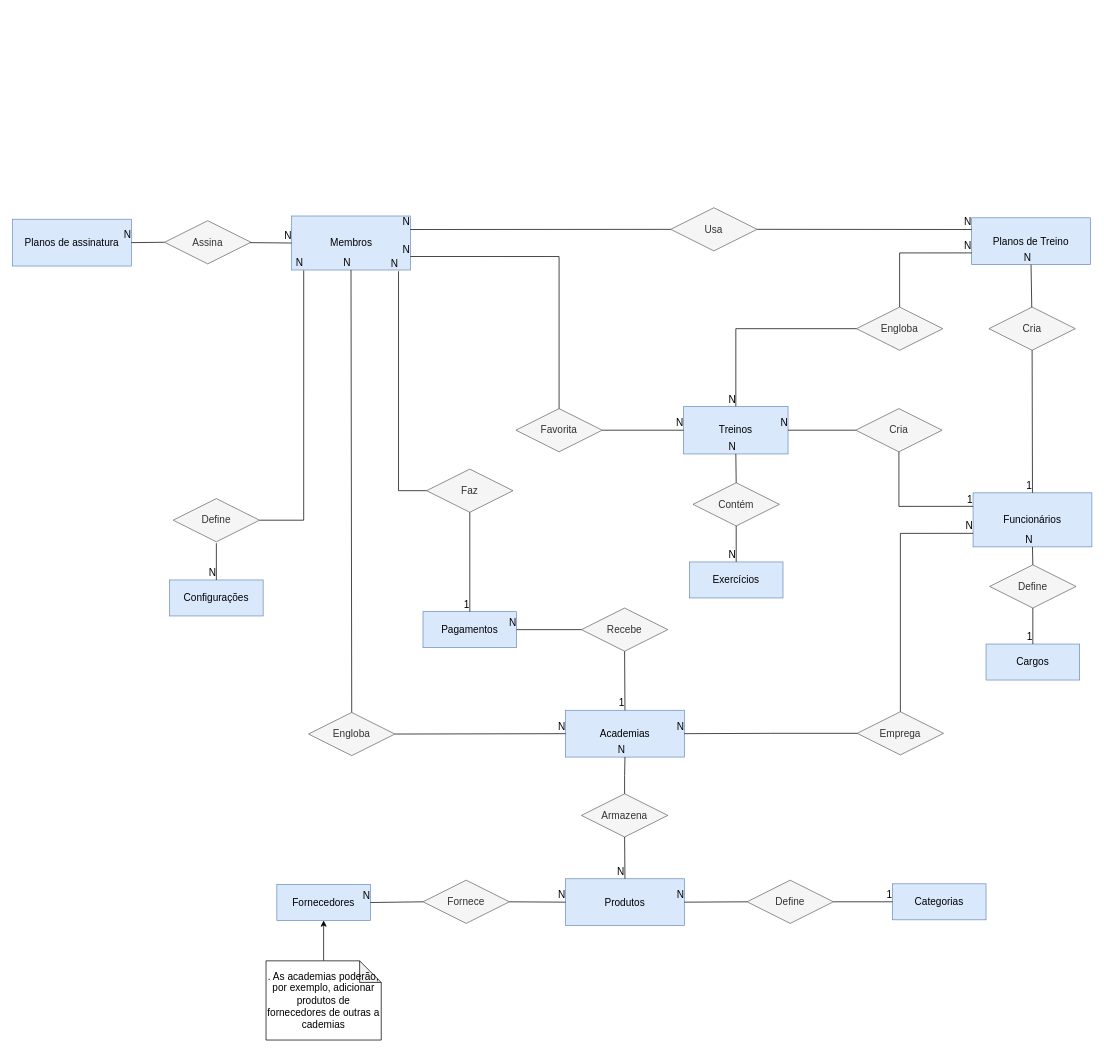
Earlier version of the draw.io diagram DER/der-draw-io.drawio (trainya-app/diagrams). Source tidied: cells renumbered, new cells numbered last; positions are measured from the earlier drawing's top-left corner, leaving out a move shared by most shapes. Both pictures are drawn from the tidied source at 72%, with x=0, y=0 at pixel (12, 207).
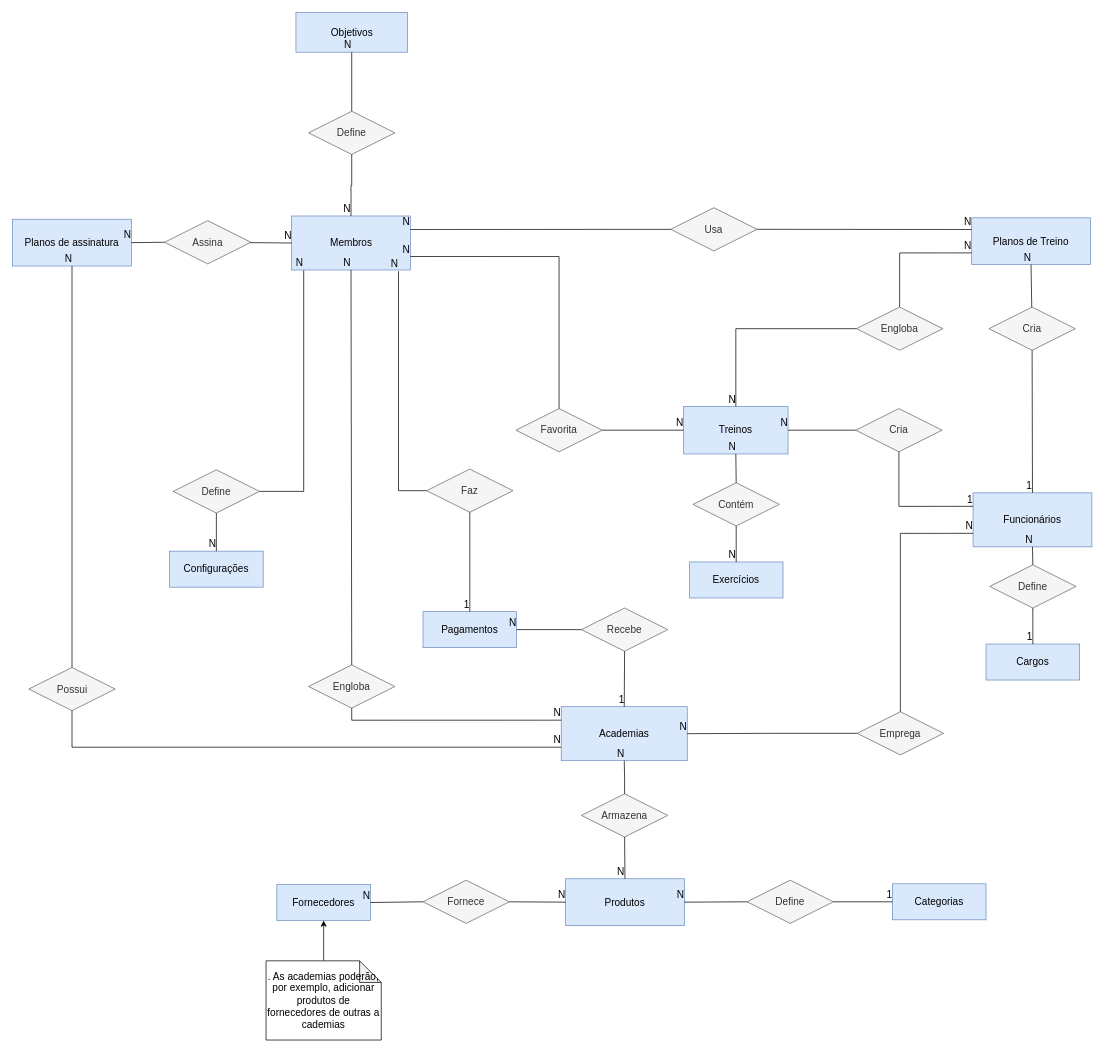
Above is the later version.

Unchanged cells that the change refers to:
```xml
<mxCell id="2" value="Membros" style="whiteSpace=wrap;html=1;align=center;fillColor=#dae8fc;strokeColor=#6c8ebf;fontSize=14;" parent="1" vertex="1">
  <mxGeometry x="387.5" y="11.5" width="165" height="75" as="geometry" />
</mxCell>
<mxCell id="7" value="Planos de assinatura" style="whiteSpace=wrap;html=1;align=center;fillColor=#dae8fc;strokeColor=#6c8ebf;fontSize=14;" parent="1" vertex="1">
  <mxGeometry y="16" width="165" height="65" as="geometry" />
</mxCell>
```

Change to the diagram source:
```diff
@@
     <mxCell id="3" value="Academias" style="whiteSpace=wrap;html=1;align=center;fillColor=#dae8fc;strokeColor=#6c8ebf;fontSize=14;" parent="1" vertex="1">
-      <mxGeometry x="768" y="698" width="165" height="65" as="geometry" />
+      <mxGeometry x="762" y="693" width="175" height="75" as="geometry" />
     </mxCell>
@@
     <mxCell id="52" value="Configurações" style="whiteSpace=wrap;html=1;align=center;fillColor=#dae8fc;strokeColor=#6c8ebf;fontSize=14;" parent="1" vertex="1">
-      <mxGeometry x="218" y="517" width="130" height="50" as="geometry" />
+      <mxGeometry x="218" y="477" width="130" height="50" as="geometry" />
     </mxCell>
@@
     <mxCell id="54" value="Define" style="shape=rhombus;perimeter=rhombusPerimeter;whiteSpace=wrap;html=1;align=center;fillColor=#f5f5f5;strokeColor=#666666;fontColor=#333333;fontSize=14;" parent="1" vertex="1">
-      <mxGeometry x="223" y="404" width="120" height="60" as="geometry" />
+      <mxGeometry x="223" y="364" width="120" height="60" as="geometry" />
     </mxCell>
@@
-    <mxCell id="60" style="endArrow=none;html=1;rounded=0;entryX=0.5;entryY=0;entryDx=0;entryDy=0;exitX=0.5;exitY=1;exitDx=0;exitDy=0;fontSize=14;" parent="1" edge="1" target="52">
-      <mxGeometry relative="1" as="geometry">
-        <mxPoint x="283" y="466" as="sourcePoint" />
-      </mxGeometry>
-    </mxCell>
-    <mxCell id="61" value="N" style="html=1;align=right;verticalAlign=bottom;fontSize=14;" parent="60" vertex="1">
-      <mxGeometry x="1" relative="1" as="geometry" />
-    </mxCell>
@@
     <mxCell id="87" value="Engloba" style="shape=rhombus;perimeter=rhombusPerimeter;whiteSpace=wrap;html=1;align=center;fillColor=#f5f5f5;strokeColor=#666666;fontColor=#333333;fontSize=14;" parent="1" vertex="1">
-      <mxGeometry x="411" y="701" width="120" height="60" as="geometry" />
+      <mxGeometry x="411" y="635" width="120" height="60" as="geometry" />
     </mxCell>
-    <mxCell id="88" style="endArrow=none;html=1;rounded=0;entryX=0;entryY=0.5;entryDx=0;entryDy=0;exitX=1;exitY=0.5;exitDx=0;exitDy=0;fontSize=14;" parent="1" edge="1" source="87" target="3">
+    <mxCell id="88" style="endArrow=none;html=1;rounded=0;entryX=0;entryY=0.25;entryDx=0;entryDy=0;exitX=0.5;exitY=1;exitDx=0;exitDy=0;fontSize=14;edgeStyle=orthogonalEdgeStyle;" parent="1" edge="1" source="87" target="3">
       <mxGeometry relative="1" as="geometry" />
     </mxCell>
@@
+    <mxCell id="97" value="Possui" style="shape=rhombus;perimeter=rhombusPerimeter;whiteSpace=wrap;html=1;align=center;fillColor=#f5f5f5;strokeColor=#666666;fontColor=#333333;fontSize=14;" parent="1" vertex="1">
+      <mxGeometry x="22.5" y="638.5" width="120" height="60" as="geometry" />
+    </mxCell>
+    <mxCell id="98" style="endArrow=none;html=1;rounded=0;entryX=0;entryY=0.75;entryDx=0;entryDy=0;exitX=0.5;exitY=1;exitDx=0;exitDy=0;fontSize=14;edgeStyle=orthogonalEdgeStyle;" parent="1" edge="1" source="97" target="3">
+      <mxGeometry relative="1" as="geometry" />
+    </mxCell>
+    <mxCell id="99" value="N" style="html=1;align=right;verticalAlign=bottom;fontSize=14;" parent="98" vertex="1">
+      <mxGeometry x="1" relative="1" as="geometry" />
+    </mxCell>
+    <mxCell id="100" style="endArrow=none;html=1;rounded=0;entryX=0.5;entryY=1;entryDx=0;entryDy=0;exitX=0.5;exitY=0;exitDx=0;exitDy=0;fontSize=14;edgeStyle=orthogonalEdgeStyle;" parent="1" edge="1" source="97" target="7">
+      <mxGeometry relative="1" as="geometry" />
+    </mxCell>
+    <mxCell id="101" value="N" style="html=1;align=right;verticalAlign=bottom;fontSize=14;" parent="100" vertex="1">
+      <mxGeometry x="1" relative="1" as="geometry" />
+    </mxCell>
+    <mxCell id="102" value="Objetivos" style="whiteSpace=wrap;html=1;align=center;fillColor=#dae8fc;strokeColor=#6c8ebf;fontSize=14;" parent="1" vertex="1">
+      <mxGeometry x="393.5" y="-271" width="155" height="55" as="geometry" />
+    </mxCell>
+    <mxCell id="103" value="Define" style="shape=rhombus;perimeter=rhombusPerimeter;whiteSpace=wrap;html=1;align=center;fillColor=#f5f5f5;strokeColor=#666666;fontColor=#333333;fontSize=14;" parent="1" vertex="1">
+      <mxGeometry x="411" y="-134" width="120" height="60" as="geometry" />
+    </mxCell>
+    <mxCell id="104" style="endArrow=none;html=1;rounded=0;entryX=0.5;entryY=1;entryDx=0;entryDy=0;fontSize=14;exitX=0.5;exitY=0;exitDx=0;exitDy=0;" parent="1" edge="1" source="103" target="102">
+      <mxGeometry relative="1" as="geometry" />
+    </mxCell>
+    <mxCell id="105" value="N" style="html=1;align=right;verticalAlign=bottom;fontSize=14;" parent="104" vertex="1">
+      <mxGeometry x="1" relative="1" as="geometry" />
+    </mxCell>
+    <mxCell id="106" style="endArrow=none;html=1;rounded=0;entryX=0.5;entryY=0;entryDx=0;entryDy=0;fontSize=14;exitX=0.5;exitY=1;exitDx=0;exitDy=0;edgeStyle=orthogonalEdgeStyle;" parent="1" edge="1" source="103" target="2">
+      <mxGeometry relative="1" as="geometry" />
+    </mxCell>
+    <mxCell id="107" value="N" style="html=1;align=right;verticalAlign=bottom;fontSize=14;" parent="106" vertex="1">
+      <mxGeometry x="1" relative="1" as="geometry" />
+    </mxCell>
+    <mxCell id="108" style="endArrow=none;html=1;rounded=0;edgeStyle=orthogonalEdgeStyle;exitX=0.5;exitY=1;exitDx=0;exitDy=0;fontSize=14;entryX=0.5;entryY=0;entryDx=0;entryDy=0;" parent="1" edge="1" source="54" target="52">
+      <mxGeometry relative="1" as="geometry" />
+    </mxCell>
+    <mxCell id="109" value="N" style="html=1;align=right;verticalAlign=bottom;fontSize=14;" parent="108" vertex="1">
+      <mxGeometry x="1" relative="1" as="geometry" />
+    </mxCell>
```
